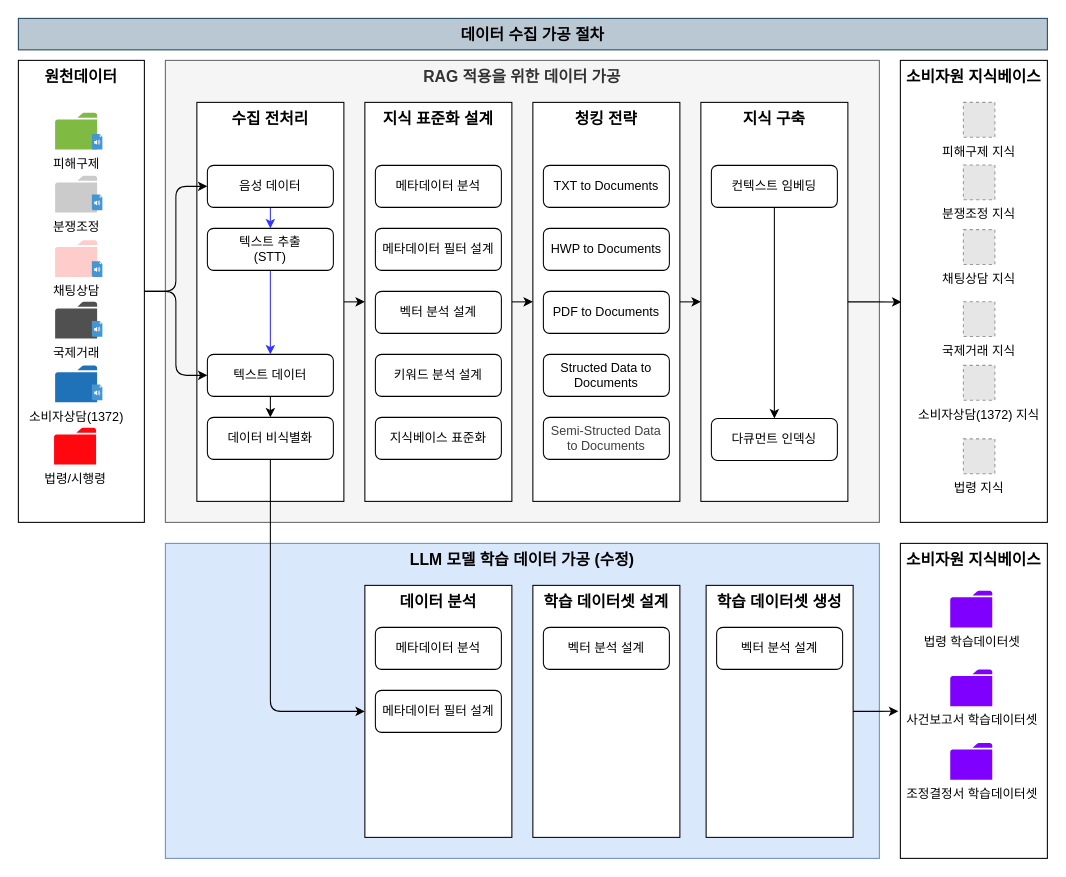
eunpa/KCA keeps this draw.io diagram as page "데이터 수집 가공" (2 of 6) of docs/KCA.drawio. Above is the earlier version. Source tidied: cells renumbered, new cells numbered last; positions are measured from the earlier drawing's top-left corner, leaving out a move shared by most shapes. Both pictures are drawn from the tidied source at 105%, with x=0, y=0 at pixel (18, 18). Pictures stored in the file or linked from it are replaced by grey dashed boxes.
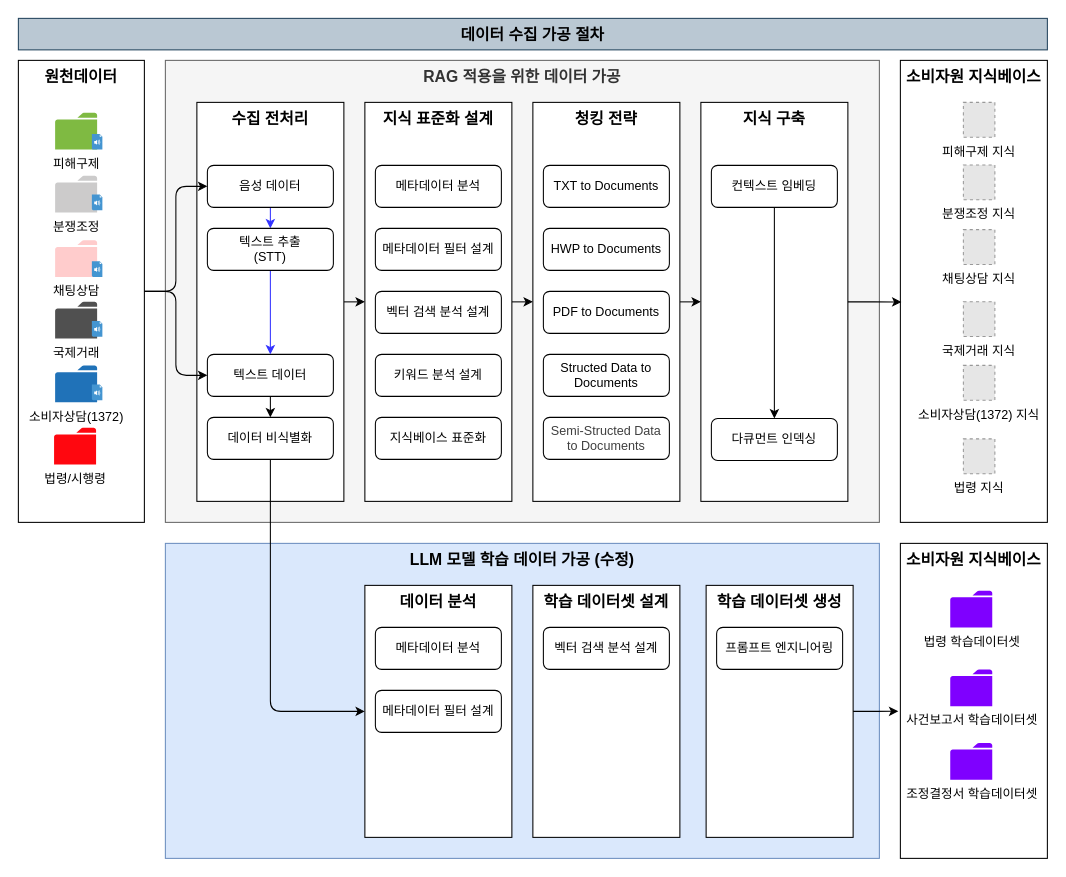
The same page after the edit.

What changed in the source:
```diff
@@
-    <mxCell id="30" value="벡터 분석 설계" style="rounded=1;whiteSpace=wrap;html=1;" parent="1" vertex="1">
+    <mxCell id="30" value="벡터 검색 분석 설계" style="rounded=1;whiteSpace=wrap;html=1;" parent="1" vertex="1">
       <mxGeometry x="340" y="260" width="120" height="40" as="geometry" />
     </mxCell>
@@
-    <mxCell id="62" value="벡터 분석 설계" style="rounded=1;whiteSpace=wrap;html=1;" parent="1" vertex="1">
+    <mxCell id="62" value="벡터 검색 분석 설계" style="rounded=1;whiteSpace=wrap;html=1;" parent="1" vertex="1">
       <mxGeometry x="500" y="580" width="120" height="40" as="geometry" />
     </mxCell>
-    <mxCell id="63" value="벡터 분석 설계" style="rounded=1;whiteSpace=wrap;html=1;" parent="1" vertex="1">
+    <mxCell id="63" value="프롬프트 엔지니어링" style="rounded=1;whiteSpace=wrap;html=1;" parent="1" vertex="1">
       <mxGeometry x="665" y="580" width="120" height="40" as="geometry" />
     </mxCell>
```
